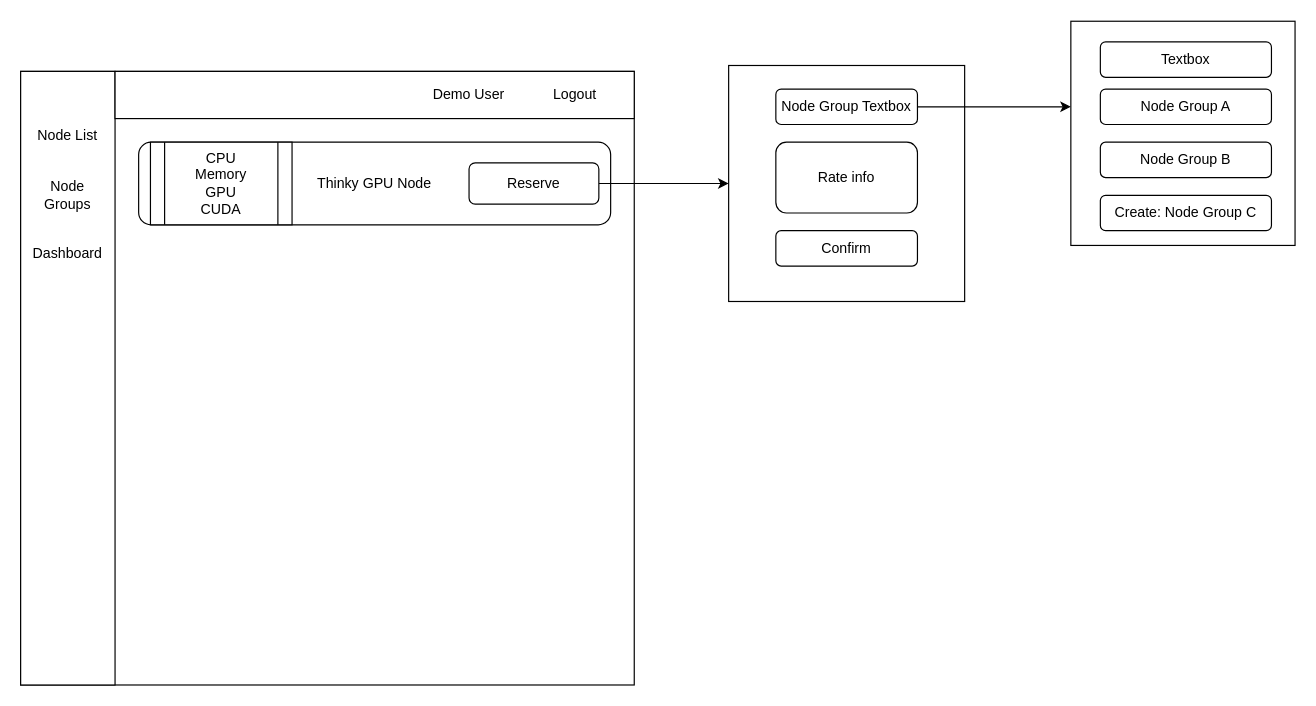
flophub/docs keeps this draw.io diagram as page "Page-6" (6 of 6) of flophub.drawio. Above is the earlier version. Source tidied: cells renumbered, new cells numbered last; positions are measured from the earlier drawing's top-left corner, leaving out a move shared by most shapes. Both pictures are drawn from the tidied source at 118%, with x=0, y=0 at pixel (20, 21).
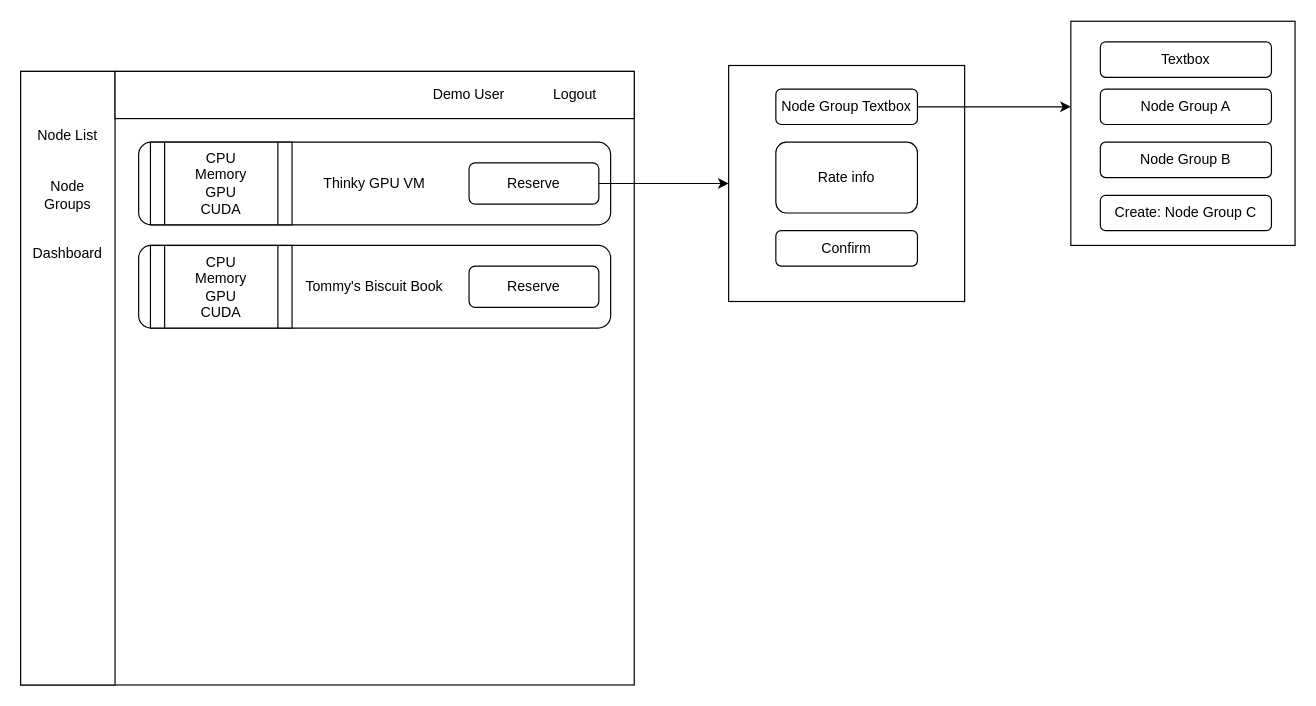
Above is the later version.

Diff of the diagram source:
```diff
@@
-    <mxCell id="7" value="Thinky GPU Node" style="rounded=1;whiteSpace=wrap;html=1;" parent="1" vertex="1">
+    <mxCell id="7" value="Thinky GPU VM" style="rounded=1;whiteSpace=wrap;html=1;" parent="1" vertex="1">
       <mxGeometry x="100" y="102" width="400" height="70" as="geometry" />
     </mxCell>
@@
+    <mxCell id="24" value="Tommy's Biscuit Book" style="rounded=1;whiteSpace=wrap;html=1;" parent="1" vertex="1">
+      <mxGeometry x="100" y="189.5" width="400" height="70" as="geometry" />
+    </mxCell>
+    <mxCell id="25" value="&lt;div&gt;CPU&lt;/div&gt;&lt;div&gt;Memory&lt;/div&gt;&lt;div&gt;GPU&lt;/div&gt;&lt;div&gt;CUDA&lt;br&gt;&lt;/div&gt;" style="shape=process;whiteSpace=wrap;html=1;backgroundOutline=1;" parent="1" vertex="1">
+      <mxGeometry x="110" y="189.5" width="120" height="70" as="geometry" />
+    </mxCell>
+    <mxCell id="26" value="Reserve" style="rounded=1;whiteSpace=wrap;html=1;" parent="1" vertex="1">
+      <mxGeometry x="380" y="207" width="110" height="35" as="geometry" />
+    </mxCell>
```
